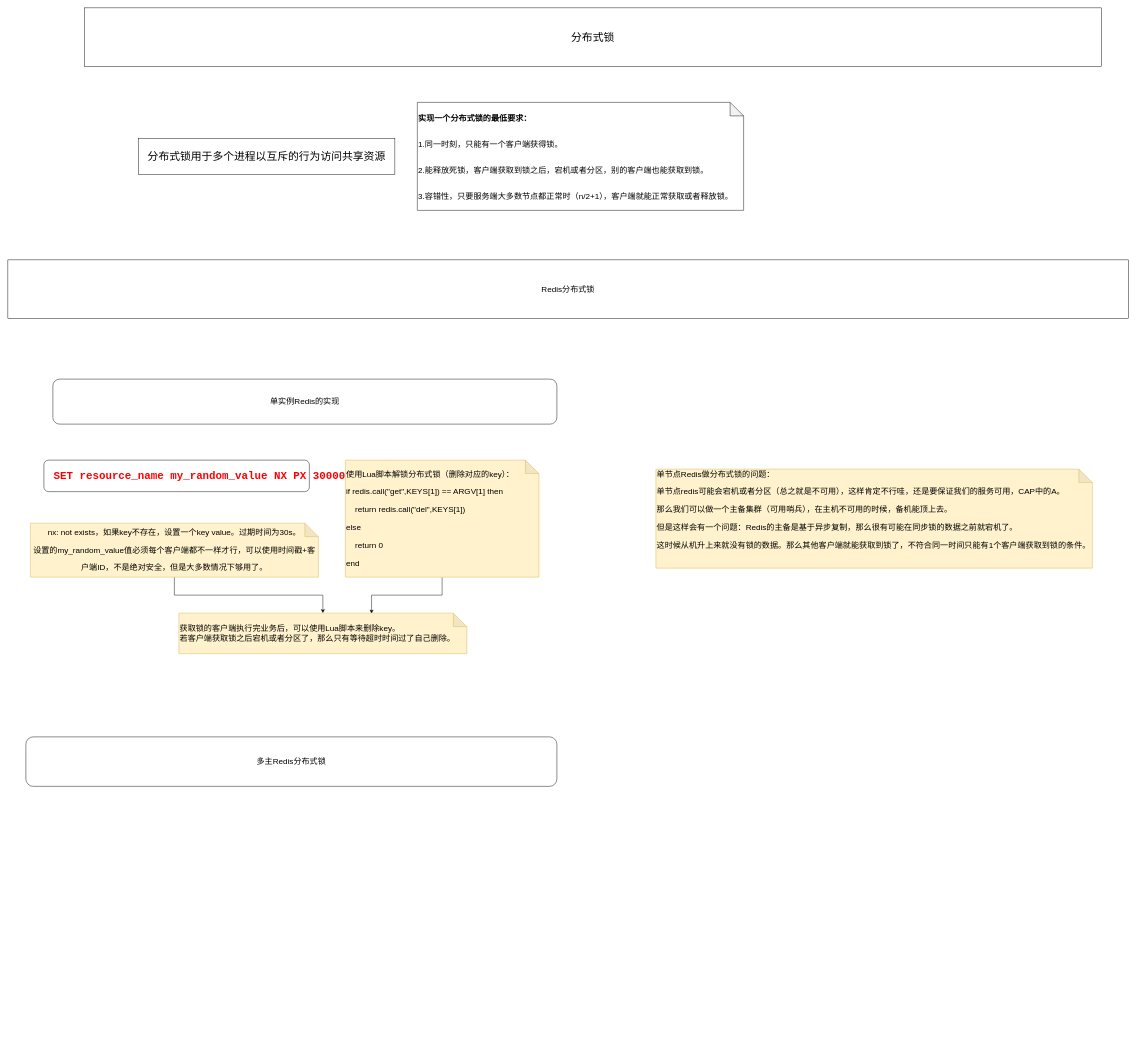
Earlier version of the draw.io diagram Others/redis.drawio (KGwolf/MyDraw). Source tidied: cells renumbered, new cells numbered last; positions are measured from the earlier drawing's top-left corner, leaving out a move shared by most shapes. Both pictures are drawn from the tidied source at 45%, with x=0, y=0 at pixel (8, 8).
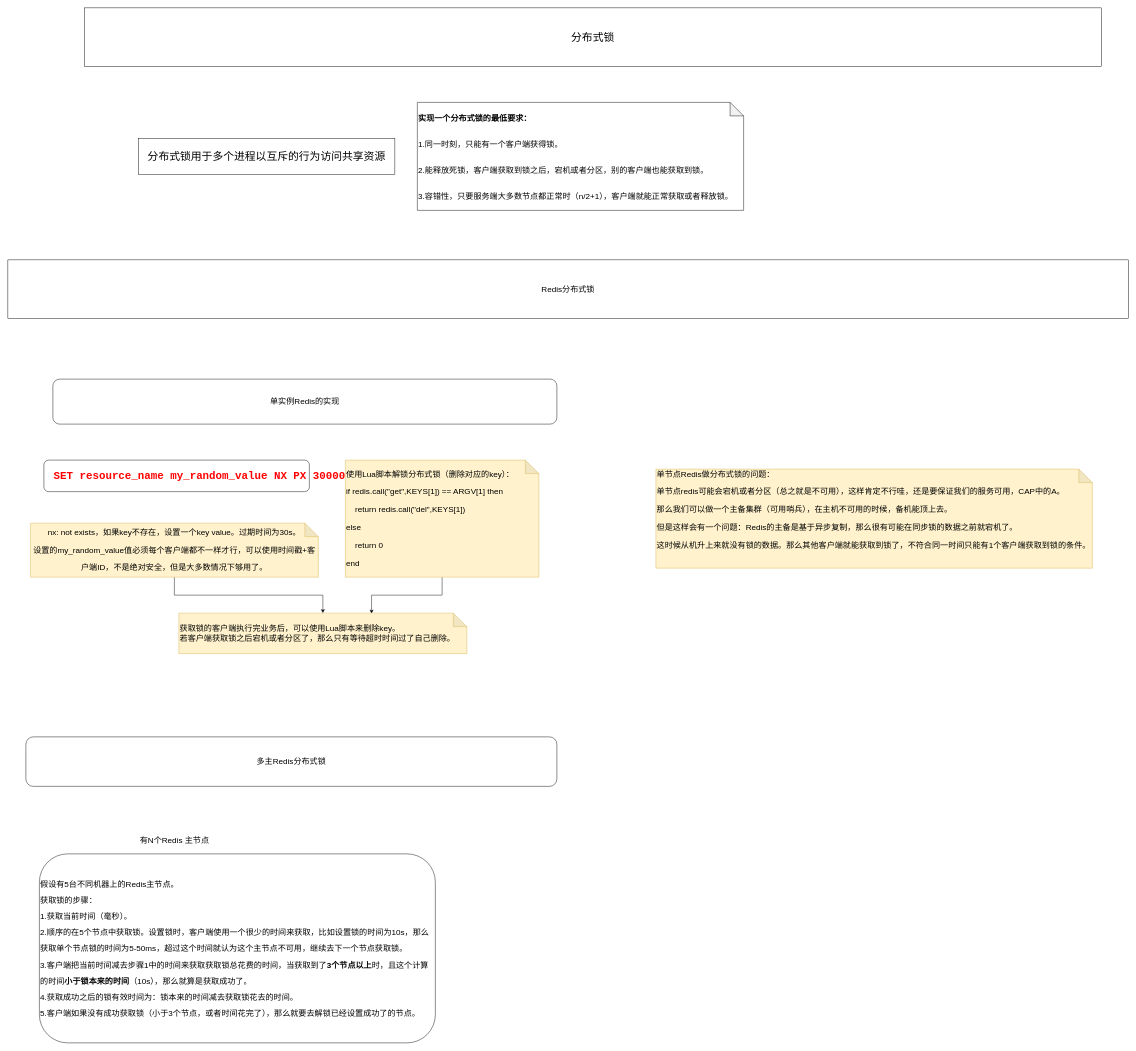
The same page after the edit.

Diff of the diagram source:
```diff
@@
 <mxGraphModel>
   <root>
     <mxCell id="0" />
     <mxCell id="1" parent="0" />
     <mxCell id="2" value="&lt;font style=&quot;font-size: 24px;&quot;&gt;分布式锁&lt;/font&gt;" style="rounded=0;whiteSpace=wrap;html=1;" parent="1" vertex="1">
       <mxGeometry x="170" width="2260" height="130" as="geometry" />
     </mxCell>
     <mxCell id="3" value="分布式锁用于多个进程以互斥的行为访问共享资源" style="rounded=0;whiteSpace=wrap;html=1;fontSize=24;" parent="1" vertex="1">
       <mxGeometry x="290" y="290" width="570" height="80" as="geometry" />
     </mxCell>
     <mxCell id="4" value="&lt;font style=&quot;font-size: 18px;&quot;&gt;&lt;b&gt;实现一个分布式锁的最低要求：&lt;/b&gt;&lt;br&gt;&lt;br&gt;1.同一时刻，只能有一个客户端获得锁。&lt;br&gt;&lt;br&gt;2.能释放死锁，客户端获取到锁之后，宕机或者分区，别的客户端也能获取到锁。&lt;br&gt;&lt;br&gt;3.容错性，只要服务端大多数节点都正常时（n/2+1），客户端就能正常获取或者释放锁。&lt;br&gt;&lt;/font&gt;" style="shape=note;whiteSpace=wrap;html=1;backgroundOutline=1;darkOpacity=0.05;fontSize=24;align=left;" parent="1" vertex="1">
       <mxGeometry x="910" y="210" width="725" height="240" as="geometry" />
     </mxCell>
     <mxCell id="5" value="Redis分布式锁" style="rounded=0;whiteSpace=wrap;html=1;fontSize=18;" parent="1" vertex="1">
       <mxGeometry y="560" width="2490" height="130" as="geometry" />
     </mxCell>
     <mxCell id="6" value="&lt;pre style=&quot;text-align: justify; box-sizing: border-box; border-width: 0px; border-style: solid; border-color: rgb(229, 231, 235); --tw-translate-x:0; --tw-translate-y:0; --tw-rotate:0; --tw-skew-x:0; --tw-skew-y:0; --tw-scale-x:1; --tw-scale-y:1; --tw-pan-x: ; --tw-pan-y: ; --tw-pinch-zoom: ; --tw-scroll-snap-strictness:proximity; --tw-ordinal: ; --tw-slashed-zero: ; --tw-numeric-figure: ; --tw-numeric-spacing: ; --tw-numeric-fraction: ; --tw-ring-inset: ; --tw-ring-offset-width:0px; --tw-ring-offset-color:#fff; --tw-ring-color:rgb(59 130 246 / 0.5); --tw-ring-offset-shadow:0 0 #0000; --tw-ring-shadow:0 0 #0000; --tw-shadow:0 0 #0000; --tw-shadow-colored:0 0 #0000; --tw-blur: ; --tw-brightness: ; --tw-contrast: ; --tw-grayscale: ; --tw-hue-rotate: ; --tw-invert: ; --tw-saturate: ; --tw-sepia: ; --tw-drop-shadow: ; --tw-backdrop-blur: ; --tw-backdrop-brightness: ; --tw-backdrop-contrast: ; --tw-backdrop-grayscale: ; --tw-backdrop-hue-rotate: ; --tw-backdrop-invert: ; --tw-backdrop-opacity: ; --tw-backdrop-saturate: ; --tw-backdrop-sepia: ; margin-top: 1.71429em; margin-bottom: 1.71429em; overflow-x: auto; line-height: 1.71429; padding: 1.25rem; border-radius: 0.5rem !important; --tw-bg-opacity:1  !important;&quot;&gt;&lt;span style=&quot;box-sizing: border-box; border-width: 0px; border-style: solid; border-color: rgb(229, 231, 235); --tw-translate-x:0; --tw-translate-y:0; --tw-rotate:0; --tw-skew-x:0; --tw-skew-y:0; --tw-scale-x:1; --tw-scale-y:1; --tw-pan-x: ; --tw-pan-y: ; --tw-pinch-zoom: ; --tw-scroll-snap-strictness:proximity; --tw-ordinal: ; --tw-slashed-zero: ; --tw-numeric-figure: ; --tw-numeric-spacing: ; --tw-numeric-fraction: ; --tw-ring-inset: ; --tw-ring-offset-width:0px; --tw-ring-offset-color:#fff; --tw-ring-color:rgb(59 130 246 / 0.5); --tw-ring-offset-shadow:0 0 #0000; --tw-ring-shadow:0 0 #0000; --tw-shadow:0 0 #0000; --tw-shadow-colored:0 0 #0000; --tw-blur: ; --tw-brightness: ; --tw-contrast: ; --tw-grayscale: ; --tw-hue-rotate: ; --tw-invert: ; --tw-saturate: ; --tw-sepia: ; --tw-drop-shadow: ; --tw-backdrop-blur: ; --tw-backdrop-brightness: ; --tw-backdrop-contrast: ; --tw-backdrop-grayscale: ; --tw-backdrop-hue-rotate: ; --tw-backdrop-invert: ; --tw-backdrop-opacity: ; --tw-backdrop-saturate: ; --tw-backdrop-sepia: ; border-radius: 0px; padding: 0px; line-height: inherit; --tw-text-opacity:1; background-image: none;&quot; class=&quot;hljs-code&quot;&gt;&lt;b&gt;&lt;font style=&quot;font-size: 24px;&quot; color=&quot;#ff0000&quot;&gt;SET resource_name my_random_value NX PX 30000&lt;/font&gt;&lt;/b&gt;&lt;/span&gt;&lt;/pre&gt;" style="rounded=1;whiteSpace=wrap;html=1;fontSize=18;align=left;" parent="1" vertex="1">
       <mxGeometry x="80" y="1005" width="590" height="70" as="geometry" />
     </mxCell>
     <mxCell id="7" value="&lt;pre style=&quot;box-sizing: border-box; border-width: 0px; border-style: solid; border-color: rgb(229, 231, 235); --tw-translate-x:0; --tw-translate-y:0; --tw-rotate:0; --tw-skew-x:0; --tw-skew-y:0; --tw-scale-x:1; --tw-scale-y:1; --tw-pan-x: ; --tw-pan-y: ; --tw-pinch-zoom: ; --tw-scroll-snap-strictness:proximity; --tw-ordinal: ; --tw-slashed-zero: ; --tw-numeric-figure: ; --tw-numeric-spacing: ; --tw-numeric-fraction: ; --tw-ring-inset: ; --tw-ring-offset-width:0px; --tw-ring-offset-color:#fff; --tw-ring-color:rgb(59 130 246 / 0.5); --tw-ring-offset-shadow:0 0 #0000; --tw-ring-shadow:0 0 #0000; --tw-shadow:0 0 #0000; --tw-shadow-colored:0 0 #0000; --tw-blur: ; --tw-brightness: ; --tw-contrast: ; --tw-grayscale: ; --tw-hue-rotate: ; --tw-invert: ; --tw-saturate: ; --tw-sepia: ; --tw-drop-shadow: ; --tw-backdrop-blur: ; --tw-backdrop-brightness: ; --tw-backdrop-contrast: ; --tw-backdrop-grayscale: ; --tw-backdrop-hue-rotate: ; --tw-backdrop-invert: ; --tw-backdrop-opacity: ; --tw-backdrop-saturate: ; --tw-backdrop-sepia: ; margin-top: 1.71429em; margin-bottom: 1.71429em; overflow-x: auto; line-height: 1.71429; padding: 1.25rem; border-radius: 0.5rem !important; --tw-bg-opacity:1  !important;&quot;&gt;&lt;br&gt;&lt;/pre&gt;" style="text;html=1;align=center;verticalAlign=middle;strokeColor=none;fillColor=none;fontSize=18;fontColor=#000000;" parent="1" vertex="1">
       <mxGeometry x="410" y="675" width="60" height="150" as="geometry" />
     </mxCell>
     <mxCell id="8" style="edgeStyle=orthogonalEdgeStyle;rounded=0;jettySize=auto;html=1;fontSize=18;" parent="1" edge="1" source="9" target="13">
       <mxGeometry relative="1" as="geometry" />
     </mxCell>
     <mxCell id="9" value="&lt;div style=&quot;font-size: 18px; line-height: 220%;&quot;&gt;nx: not exists，如果key不存在，设置一个key value。过期时间为30s。&lt;/div&gt;&lt;div style=&quot;font-size: 18px; line-height: 220%;&quot;&gt;设置的my_random_value值必须每个客户端都不一样才行，可以使用时间戳+客户端ID，不是绝对安全，但是大多数情况下够用了。&lt;/div&gt;" style="shape=note;whiteSpace=wrap;html=1;backgroundOutline=1;darkOpacity=0.05;fillColor=#fff2cc;strokeColor=#d6b656;" parent="1" vertex="1">
       <mxGeometry x="50" y="1145" width="640" height="120" as="geometry" />
     </mxCell>
     <mxCell id="10" style="edgeStyle=orthogonalEdgeStyle;rounded=0;jettySize=auto;html=1;entryX=0.669;entryY=0.011;entryDx=0;entryDy=0;entryPerimeter=0;fontSize=18;" parent="1" edge="1" source="11" target="13">
       <mxGeometry relative="1" as="geometry" />
     </mxCell>
     <mxCell id="11" value="&lt;div style=&quot;font-size: 18px; line-height: 220%;&quot;&gt;&lt;div style=&quot;line-height: 220%;&quot;&gt;使用Lua脚本解锁分布式锁（删除对应的key）：&lt;/div&gt;&lt;div style=&quot;line-height: 220%;&quot;&gt;if redis.call(&quot;get&quot;,KEYS[1]) == ARGV[1] then&lt;/div&gt;&lt;div style=&quot;line-height: 220%;&quot;&gt;&amp;nbsp; &amp;nbsp; return redis.call(&quot;del&quot;,KEYS[1])&lt;/div&gt;&lt;div style=&quot;line-height: 220%;&quot;&gt;else&lt;/div&gt;&lt;div style=&quot;line-height: 220%;&quot;&gt;&amp;nbsp; &amp;nbsp; return 0&lt;/div&gt;&lt;div style=&quot;line-height: 220%;&quot;&gt;end&lt;/div&gt;&lt;/div&gt;" style="shape=note;whiteSpace=wrap;html=1;backgroundOutline=1;darkOpacity=0.05;fillColor=#fff2cc;strokeColor=#d6b656;align=left;" parent="1" vertex="1">
       <mxGeometry x="750" y="1005" width="430" height="260" as="geometry" />
     </mxCell>
     <mxCell id="12" value="&lt;div style=&quot;font-size: 18px; line-height: 220%;&quot;&gt;&lt;div style=&quot;line-height: 220%;&quot;&gt;&lt;span style=&quot;background-color: initial;&quot;&gt;单节点Redis做分布式锁的问题：&lt;/span&gt;&lt;br&gt;&lt;/div&gt;&lt;div style=&quot;line-height: 220%;&quot;&gt;&lt;span style=&quot;background-color: initial;&quot;&gt;单节点&lt;/span&gt;&lt;span style=&quot;background-color: initial;&quot;&gt;redis可能会宕机或者分区（总之就是不可用），这样肯定不行哇，还是要保证我们的服务可用，CAP中的A。&lt;/span&gt;&lt;/div&gt;&lt;div style=&quot;line-height: 220%;&quot;&gt;&lt;span style=&quot;background-color: initial;&quot;&gt;那么我们可以做一个主备集群（可用哨兵），在主机不可用的时候，备机能顶上去。&lt;/span&gt;&lt;/div&gt;&lt;div style=&quot;line-height: 220%;&quot;&gt;&lt;span style=&quot;background-color: initial;&quot;&gt;但是这样会有一个问题：Redis的主备是基于异步复制，那么很有可能在同步锁的数据之前就宕机了。&lt;/span&gt;&lt;/div&gt;&lt;div style=&quot;line-height: 220%;&quot;&gt;&lt;span style=&quot;background-color: initial;&quot;&gt;这时候从机升上来就没有锁的数据。那么其他客户端就能获取到锁了，不符合同一时间只能有1个客户端获取到锁的条件。&lt;/span&gt;&lt;/div&gt;&lt;div style=&quot;line-height: 220%;&quot;&gt;&lt;span style=&quot;background-color: initial;&quot;&gt;&lt;br&gt;&lt;/span&gt;&lt;/div&gt;&lt;/div&gt;" style="shape=note;whiteSpace=wrap;html=1;backgroundOutline=1;darkOpacity=0.05;fillColor=#fff2cc;strokeColor=#d6b656;align=left;" parent="1" vertex="1">
       <mxGeometry x="1440" y="1025" width="970" height="220" as="geometry" />
     </mxCell>
     <mxCell id="13" value="&lt;span style=&quot;&quot;&gt;获取锁的客户端执行完业务后，可以使用Lua脚本来删除key。&lt;/span&gt;&lt;br style=&quot;&quot;&gt;&lt;span style=&quot;&quot;&gt;若客户端获取锁之后宕机或者分区了，那么只有等待超时时间过了自己删除。&lt;/span&gt;" style="shape=note;whiteSpace=wrap;html=1;backgroundOutline=1;darkOpacity=0.05;fontSize=18;align=left;fillColor=#fff2cc;strokeColor=#d6b656;" parent="1" vertex="1">
       <mxGeometry x="380" y="1345" width="640" height="90" as="geometry" />
     </mxCell>
     <mxCell id="14" value="单实例Redis的实现" style="rounded=1;whiteSpace=wrap;html=1;fontSize=18;" parent="1" vertex="1">
       <mxGeometry x="100" y="825" width="1120" height="100" as="geometry" />
     </mxCell>
     <mxCell id="15" value="多主Redis分布式锁" style="rounded=1;whiteSpace=wrap;html=1;fontSize=18;" parent="1" vertex="1">
       <mxGeometry x="40" y="1620" width="1180" height="110" as="geometry" />
     </mxCell>
+    <mxCell id="16" value="&lt;font style=&quot;font-size: 18px;&quot;&gt;有N个Redis 主节点&lt;/font&gt;" style="text;html=1;align=center;verticalAlign=middle;strokeColor=none;fillColor=none;" parent="1" vertex="1">
+      <mxGeometry x="280" y="1830" width="180" height="40" as="geometry" />
+    </mxCell>
+    <mxCell id="17" value="&lt;p style=&quot;line-height: 200%;&quot;&gt;假设有5台不同机器上的Redis主节点。&lt;br&gt;获取锁的步骤：&lt;br&gt;1.获取当前时间（毫秒）。&lt;br&gt;2.顺序的在5个节点中获取锁。设置锁时，客户端使用一个很少的时间来获取，比如设置锁的时间为10s，那么获取单个节点锁的时间为5-50ms，超过这个时间就认为这个主节点不可用，继续去下一个节点获取锁。&lt;br&gt;3.客户端把当前时间减去步骤1中的时间来获取获取锁总花费的时间，当获取到了&lt;b&gt;3个节点以上&lt;/b&gt;时，且这个计算的时间&lt;b&gt;小于锁本来的时间&lt;/b&gt;（10s），那么就算是获取成功了。&lt;br&gt;4.获取成功之后的锁有效时间为：锁本来的时间减去获取锁花去的时间。&lt;br&gt;5.客户端如果没有成功获取锁（小于3个节点，或者时间花完了），那么就要去解锁已经设置成功了的节点。&lt;br&gt;&lt;/p&gt;" style="rounded=1;whiteSpace=wrap;html=1;fontSize=18;align=left;" parent="1" vertex="1">
+      <mxGeometry x="70" y="1880" width="880" height="420" as="geometry" />
+    </mxCell>
   </root>
 </mxGraphModel>
```
